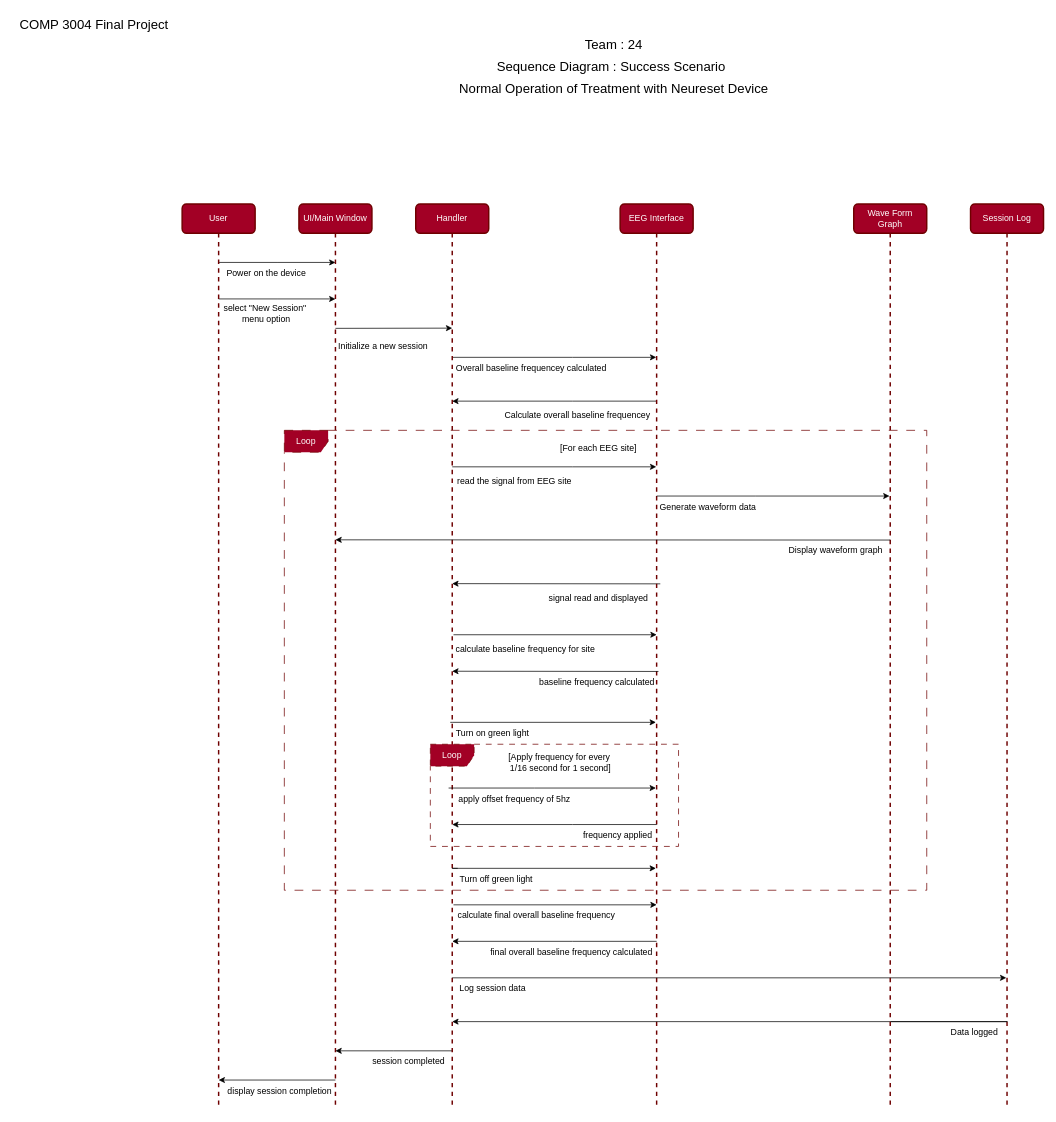
Above: page "successScenario" (2 of 6) of Neureset - Documentation/Diagrams/Team24Diagrams.drawio in sidbmw/Neureset_Device_Simulator (draw.io), before the change. Source tidied: cells renumbered, new cells numbered last; positions are measured from the earlier drawing's top-left corner, leaving out a move shared by most shapes. Both pictures are drawn from the tidied source at 73%, with x=0, y=0 at pixel (12, 12).
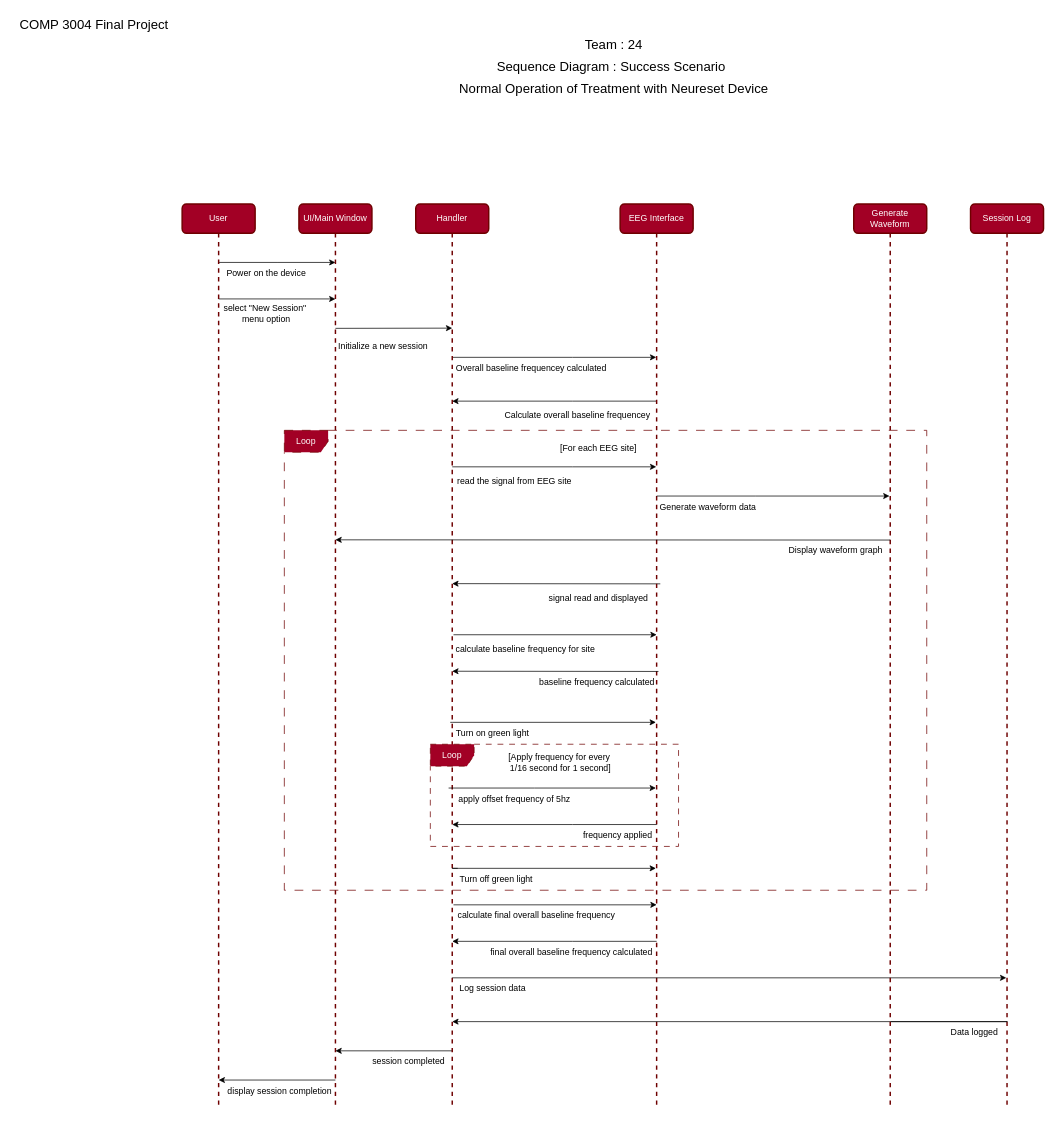
The same page after the edit.

The edit, as a diff of the source:
```diff
@@
-    <mxCell id="42" value="Wave Form Graph" style="shape=umlLifeline;perimeter=lifelinePerimeter;whiteSpace=wrap;html=1;outlineConnect=0;portConstraint=eastwest;newEdgeStyle={&quot;edgeStyle&quot;:&quot;elbowEdgeStyle&quot;,&quot;elbow&quot;:&quot;vertical&quot;,&quot;curved&quot;:0,&quot;rounded&quot;:0};shadow=0;textShadow=0;glass=0;rounded=1;strokeWidth=2;labelBackgroundColor=none;fillColor=#a20025;fontColor=#ffffff;strokeColor=#6F0000;" parent="1" vertex="1">
+    <mxCell id="42" value="Generate Waveform" style="shape=umlLifeline;perimeter=lifelinePerimeter;whiteSpace=wrap;html=1;outlineConnect=0;portConstraint=eastwest;newEdgeStyle={&quot;edgeStyle&quot;:&quot;elbowEdgeStyle&quot;,&quot;elbow&quot;:&quot;vertical&quot;,&quot;curved&quot;:0,&quot;rounded&quot;:0};shadow=0;textShadow=0;glass=0;rounded=1;strokeWidth=2;labelBackgroundColor=none;fillColor=#a20025;fontColor=#ffffff;strokeColor=#6F0000;" parent="1" vertex="1">
       <mxGeometry x="1152" y="262" width="100" height="1240" as="geometry" />
     </mxCell>
```
